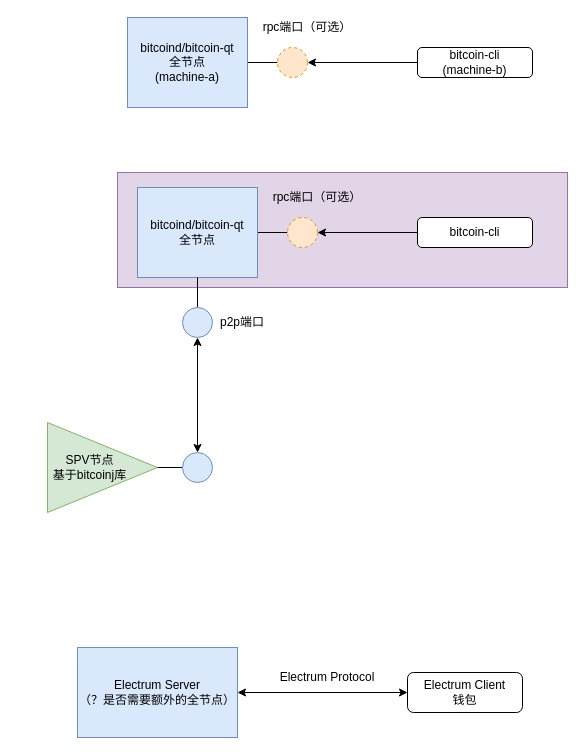
The draw.io diagram docs/images/比特币知识绘图.drawio in wanggeng01041454/btc-example-wallet-base-bitcoinj, before the edit. Source tidied: cells renumbered, new cells numbered last; positions are measured from the earlier drawing's top-left corner, leaving out a move shared by most shapes. Both pictures are drawn from the tidied source at 100%, with x=0, y=0 at pixel (47, 17).
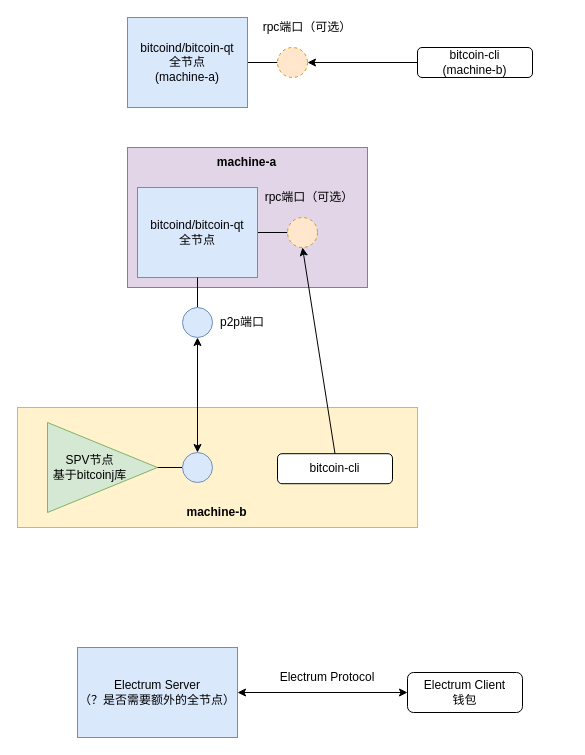
The same diagram, later.

Commit message:
Update 比特币知识绘图.drawio

The change refers to these unchanged cells:
```xml
<mxCell id="5" style="ellipse;whiteSpace=wrap;html=1;dashed=1;fillColor=#ffe6cc;strokeColor=#d79b00;" parent="1" vertex="1">
  <mxGeometry x="240" y="200" width="30" height="30" as="geometry" />
</mxCell>
```

Diff of the diagram source:
```diff
@@
+    <mxCell id="27" style="rounded=0;whiteSpace=wrap;html=1;fillColor=#fff2cc;strokeColor=#d6b656;" parent="1" vertex="1">
+      <mxGeometry x="-30" y="390" width="400" height="120" as="geometry" />
+    </mxCell>
     <mxCell id="2" style="rounded=0;whiteSpace=wrap;html=1;fillColor=#e1d5e7;strokeColor=#9673a6;" parent="1" vertex="1">
-      <mxGeometry x="70" y="155" width="450" height="115" as="geometry" />
+      <mxGeometry x="80" y="130" width="240" height="140" as="geometry" />
     </mxCell>
@@
     <mxCell id="8" value="rpc端口（可选）" style="text;html=1;strokeColor=none;fillColor=none;align=center;verticalAlign=middle;whiteSpace=wrap;rounded=0;" parent="1" vertex="1">
-      <mxGeometry x="220" y="170" width="100" height="20" as="geometry" />
+      <mxGeometry x="214" y="170" width="96" height="20" as="geometry" />
     </mxCell>
@@
-    <mxCell id="15" style="rounded=0;jettySize=auto;html=1;exitX=0;exitY=0.5;exitDx=0;exitDy=0;entryX=1;entryY=0.5;entryDx=0;entryDy=0;" parent="1" edge="1" source="16" target="5">
+    <mxCell id="15" style="rounded=0;jettySize=auto;html=1;exitX=0.5;exitY=0;exitDx=0;exitDy=0;entryX=0.5;entryY=1;entryDx=0;entryDy=0;" parent="1" edge="1" source="16" target="5">
       <mxGeometry relative="1" as="geometry" />
     </mxCell>
     <mxCell id="16" value="bitcoin-cli" style="rounded=1;whiteSpace=wrap;html=1;" parent="1" vertex="1">
-      <mxGeometry x="370" y="200" width="115" height="30" as="geometry" />
+      <mxGeometry x="230" y="436.2" width="115" height="30" as="geometry" />
     </mxCell>
@@
+    <mxCell id="28" value="machine-b" style="text;html=1;strokeColor=none;fillColor=none;align=center;verticalAlign=middle;whiteSpace=wrap;rounded=0;fontStyle=1;" parent="1" vertex="1">
+      <mxGeometry x="127.5" y="480" width="82.5" height="30" as="geometry" />
+    </mxCell>
+    <mxCell id="29" value="machine-a" style="text;html=1;strokeColor=none;fillColor=none;align=center;verticalAlign=middle;whiteSpace=wrap;rounded=0;fontStyle=1;" parent="1" vertex="1">
+      <mxGeometry x="157.5" y="130" width="82.5" height="30" as="geometry" />
+    </mxCell>
```
